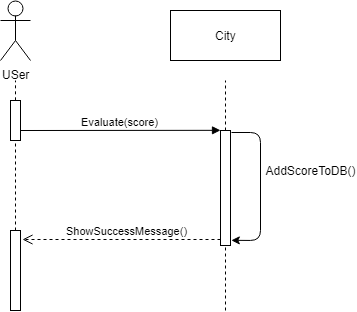
Earlier version of the draw.io export Behavioral/Sequence Diagram/Feedback.png (group-c/sw-project). Source tidied: cells renumbered, new cells last; positions are measured from the earlier drawing's top-left corner, leaving out a move shared by most shapes. Its diagram source:
```xml
<mxGraphModel>
  <root>
    <mxCell id="0" />
    <mxCell id="1" parent="0" />
    <mxCell id="2" value="USer&lt;br&gt;" style="shape=umlActor;verticalLabelPosition=bottom;labelBackgroundColor=#ffffff;verticalAlign=top;html=1;" parent="1" vertex="1">
      <mxGeometry width="30" height="60" as="geometry" />
    </mxCell>
    <mxCell id="3" style="html=1;points=[];perimeter=orthogonalPerimeter;" parent="1" vertex="1">
      <mxGeometry x="10" y="100" width="10" height="40" as="geometry" />
    </mxCell>
    <mxCell id="4" style="endArrow=none;dashed=1;html=1;" parent="1" edge="1">
      <mxGeometry relative="1" as="geometry">
        <mxPoint x="225" y="130" as="sourcePoint" />
        <mxPoint x="225" y="80" as="targetPoint" />
      </mxGeometry>
    </mxCell>
    <mxCell id="5" value="City" style="html=1;" parent="1" vertex="1">
      <mxGeometry x="170" y="10" width="110" height="50" as="geometry" />
    </mxCell>
    <mxCell id="6" style="html=1;points=[];perimeter=orthogonalPerimeter;" parent="1" vertex="1">
      <mxGeometry x="220" y="130" width="10" height="115" as="geometry" />
    </mxCell>
    <mxCell id="7" value="Evaluate(score)" style="html=1;verticalAlign=bottom;endArrow=block;entryX=0;entryY=0;exitX=0.922;exitY=0.994;exitDx=0;exitDy=0;exitPerimeter=0;" parent="1" edge="1" target="6">
      <mxGeometry relative="1" as="geometry">
        <mxPoint x="20" y="130" as="sourcePoint" />
      </mxGeometry>
    </mxCell>
    <mxCell id="8" value="ShowSuccessMessage()" style="html=1;verticalAlign=bottom;endArrow=open;dashed=1;endSize=8;exitX=0;exitY=0.95;" parent="1" edge="1" source="6">
      <mxGeometry x="-0.06" relative="1" as="geometry">
        <mxPoint x="22" y="239" as="targetPoint" />
      </mxGeometry>
    </mxCell>
    <mxCell id="9" style="endArrow=none;dashed=1;html=1;exitX=0.523;exitY=0.002;exitDx=0;exitDy=0;exitPerimeter=0;" parent="1" edge="1" source="3">
      <mxGeometry relative="1" as="geometry">
        <mxPoint x="15" y="80" as="targetPoint" />
      </mxGeometry>
    </mxCell>
    <mxCell id="10" style="endArrow=none;dashed=1;html=1;entryX=0.532;entryY=1.01;entryDx=0;entryDy=0;entryPerimeter=0;" parent="1" edge="1" target="3">
      <mxGeometry relative="1" as="geometry">
        <mxPoint x="15" y="230" as="sourcePoint" />
      </mxGeometry>
    </mxCell>
    <mxCell id="11" style="html=1;perimeter=orthogonalPerimeter;" parent="1" vertex="1">
      <mxGeometry x="10" y="230" width="10" height="80" as="geometry" />
    </mxCell>
    <mxCell id="12" style="endArrow=classic;html=1;entryX=1.056;entryY=0.956;entryDx=0;entryDy=0;entryPerimeter=0;" parent="1" edge="1" target="6">
      <mxGeometry relative="1" as="geometry">
        <mxPoint x="231" y="132" as="sourcePoint" />
        <Array as="points">
          <mxPoint x="260" y="132" />
          <mxPoint x="260" y="240" />
        </Array>
      </mxGeometry>
    </mxCell>
    <mxCell id="13" value="AddScoreToDB()" style="text;html=1;strokeColor=none;fillColor=none;align=center;verticalAlign=middle;whiteSpace=wrap;rounded=0;" parent="1" vertex="1">
      <mxGeometry x="290" y="160" width="40" height="20" as="geometry" />
    </mxCell>
    <mxCell id="14" style="endArrow=none;dashed=1;html=1;entryX=0.526;entryY=1.002;entryDx=0;entryDy=0;entryPerimeter=0;" parent="1" edge="1" target="6">
      <mxGeometry relative="1" as="geometry">
        <mxPoint x="225" y="310" as="sourcePoint" />
      </mxGeometry>
    </mxCell>
  </root>
</mxGraphModel>
```
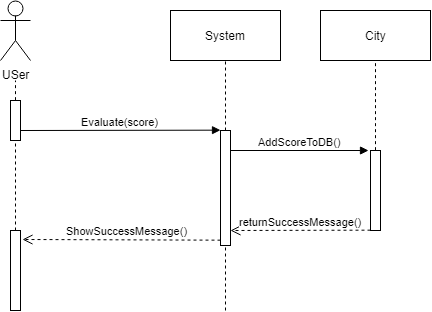
The same diagram one commit later.

Commit message:
Added Feedback. Reyhaneh

The edit, as a diff of the source:
```diff
@@ -8,13 +8,12 @@
     <mxCell id="3" style="html=1;points=[];perimeter=orthogonalPerimeter;" parent="1" vertex="1">
       <mxGeometry x="10" y="100" width="10" height="40" as="geometry" />
     </mxCell>
-    <mxCell id="4" style="endArrow=none;dashed=1;html=1;" parent="1" edge="1">
+    <mxCell id="4" style="endArrow=none;dashed=1;html=1;entryX=0.5;entryY=1;entryDx=0;entryDy=0;" parent="1" edge="1" target="5">
       <mxGeometry relative="1" as="geometry">
         <mxPoint x="225" y="130" as="sourcePoint" />
-        <mxPoint x="225" y="80" as="targetPoint" />
       </mxGeometry>
     </mxCell>
-    <mxCell id="5" value="City" style="html=1;" parent="1" vertex="1">
+    <mxCell id="5" value="System" style="html=1;" parent="1" vertex="1">
       <mxGeometry x="170" y="10" width="110" height="50" as="geometry" />
     </mxCell>
     <mxCell id="6" style="html=1;points=[];perimeter=orthogonalPerimeter;" parent="1" vertex="1">
@@ -43,22 +42,30 @@
     <mxCell id="11" style="html=1;perimeter=orthogonalPerimeter;" parent="1" vertex="1">
       <mxGeometry x="10" y="230" width="10" height="80" as="geometry" />
     </mxCell>
-    <mxCell id="12" style="endArrow=classic;html=1;entryX=1.056;entryY=0.956;entryDx=0;entryDy=0;entryPerimeter=0;" parent="1" edge="1" target="6">
-      <mxGeometry relative="1" as="geometry">
-        <mxPoint x="231" y="132" as="sourcePoint" />
-        <Array as="points">
-          <mxPoint x="260" y="132" />
-          <mxPoint x="260" y="240" />
-        </Array>
-      </mxGeometry>
-    </mxCell>
+    <mxCell id="14" style="endArrow=none;dashed=1;html=1;entryX=0.526;entryY=1.002;entryDx=0;entryDy=0;entryPerimeter=0;" parent="1" edge="1" target="6">
+      <mxGeometry relative="1" as="geometry">
+        <mxPoint x="225" y="310" as="sourcePoint" />
+      </mxGeometry>
+    </mxCell>
-    <mxCell id="13" value="AddScoreToDB()" style="text;html=1;strokeColor=none;fillColor=none;align=center;verticalAlign=middle;whiteSpace=wrap;rounded=0;" parent="1" vertex="1">
-      <mxGeometry x="290" y="160" width="40" height="20" as="geometry" />
+    <mxCell id="13" value="AddScoreToDB()" style="html=1;verticalAlign=bottom;endArrow=block;" parent="1" edge="1">
+      <mxGeometry relative="1" as="geometry">
+        <mxPoint x="230" y="150" as="sourcePoint" />
+        <mxPoint x="368" y="150" as="targetPoint" />
+      </mxGeometry>
     </mxCell>
-    <mxCell id="14" style="endArrow=none;dashed=1;html=1;entryX=0.526;entryY=1.002;entryDx=0;entryDy=0;entryPerimeter=0;" parent="1" edge="1" target="6">
-      <mxGeometry relative="1" as="geometry">
-        <mxPoint x="225" y="310" as="sourcePoint" />
-      </mxGeometry>
-    </mxCell>
+    <mxCell id="15" value="City" style="html=1;" parent="1" vertex="1">
+      <mxGeometry x="320" y="10" width="110" height="50" as="geometry" />
+    </mxCell>
+    <mxCell id="16" style="html=1;points=[];perimeter=orthogonalPerimeter;" parent="1" vertex="1">
+      <mxGeometry x="370" y="150" width="10" height="80" as="geometry" />
+    </mxCell>
+    <mxCell id="17" style="endArrow=none;dashed=1;html=1;entryX=0.497;entryY=1.047;entryDx=0;entryDy=0;entryPerimeter=0;exitX=0.467;exitY=0;exitDx=0;exitDy=0;exitPerimeter=0;" parent="1" edge="1" source="16" target="15">
+      <mxGeometry relative="1" as="geometry" />
+    </mxCell>
+    <mxCell id="18" value="returnSuccessMessage()" style="html=1;verticalAlign=bottom;endArrow=open;dashed=1;endSize=8;exitX=0;exitY=1;exitDx=0;exitDy=0;exitPerimeter=0;" parent="1" edge="1" source="16">
+      <mxGeometry relative="1" as="geometry">
+        <mxPoint x="230" y="230" as="targetPoint" />
+      </mxGeometry>
+    </mxCell>
   </root>
 </mxGraphModel>
```
